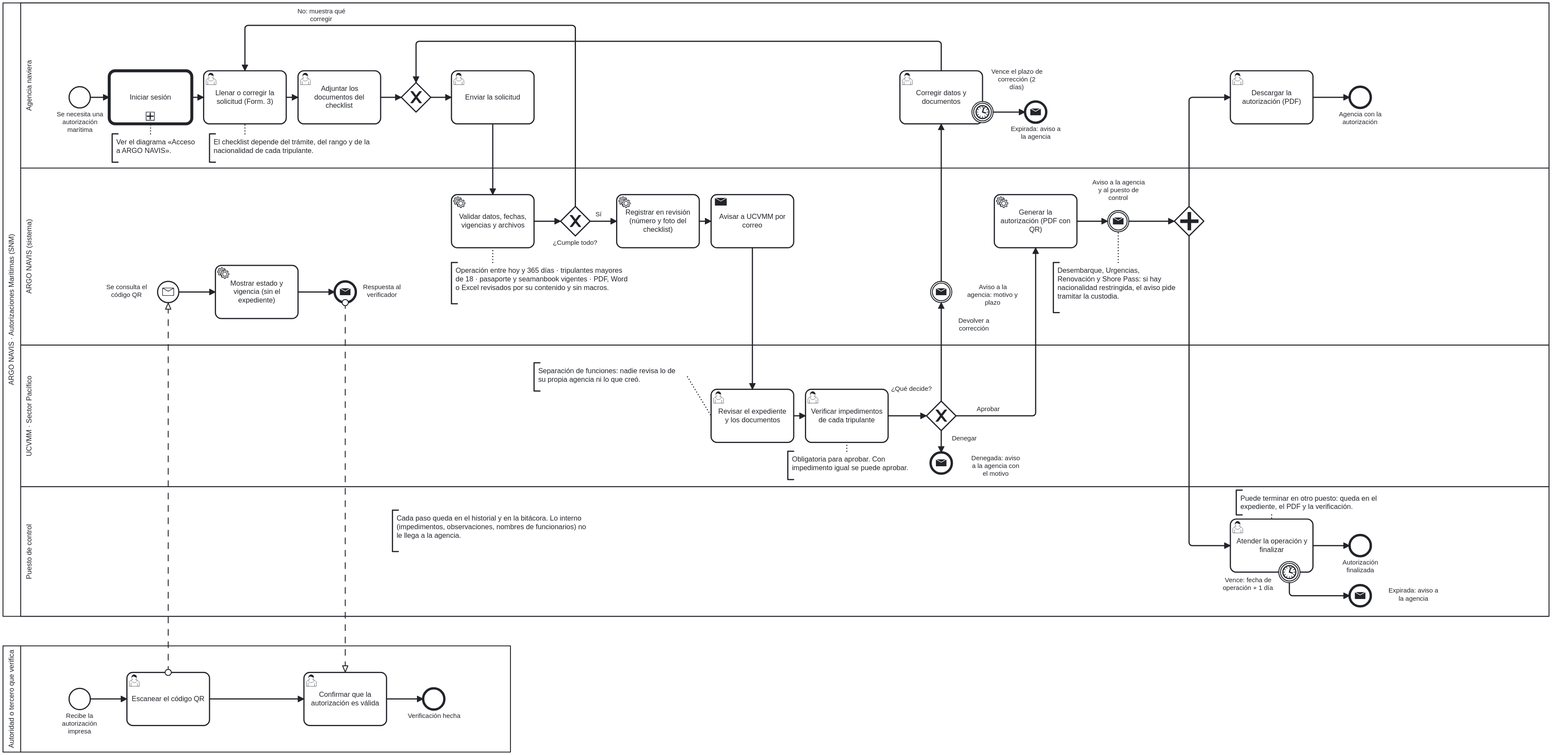
Before: docs/bpmn/01-autorizacion-maritima.svg, a diagram exported from BPMN (rxppxc/ArgoNavis). Its source is kept beside it as docs/bpmn/01-autorizacion-maritima.bpmn. Ids are renumbered.
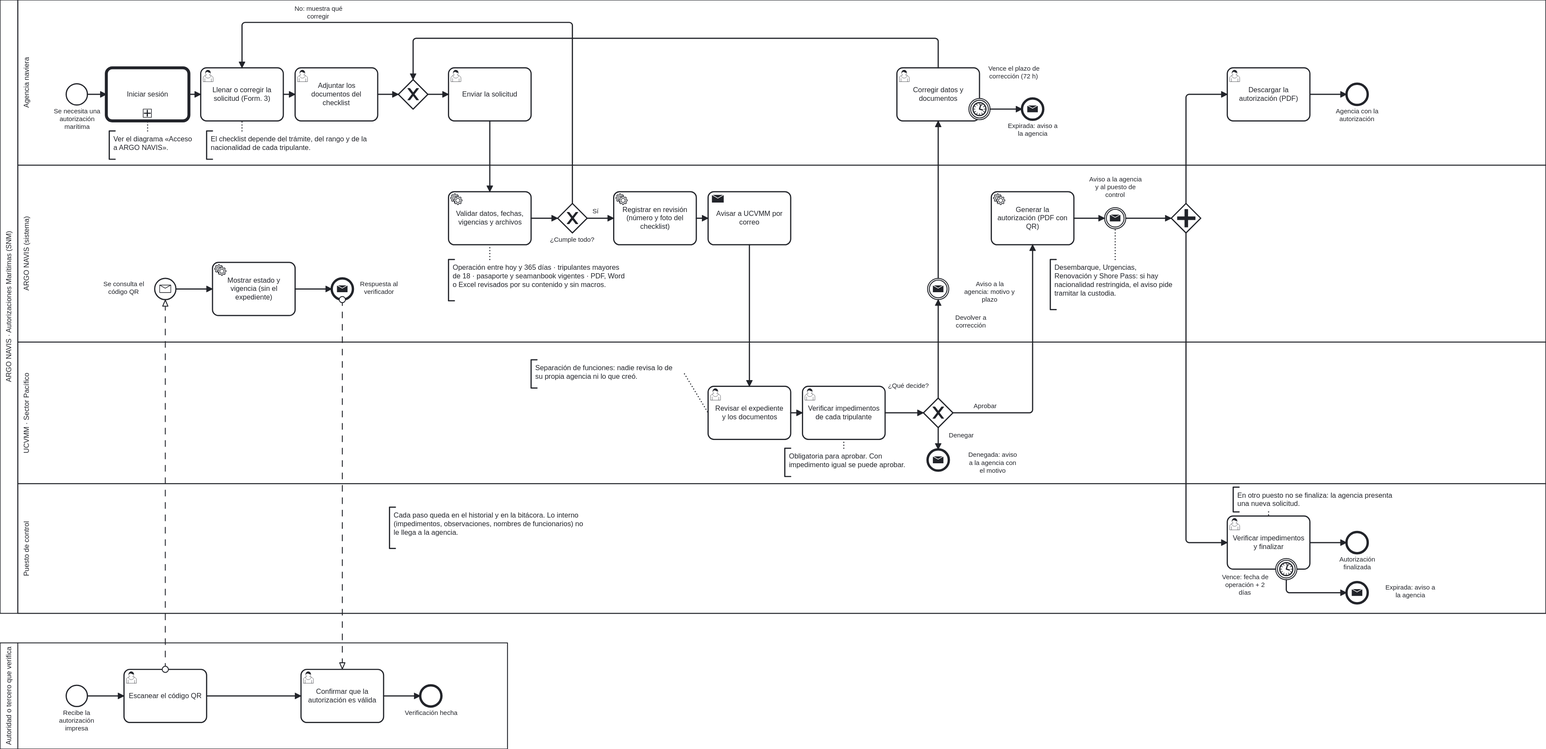
Later version of the same file.

What changed in the source:
```diff
@@ -117,7 +117,7 @@
       <bpmn:incoming>Flujo_AvisoDevolucion_Corregir</bpmn:incoming>
       <bpmn:outgoing>Flujo_Corregir_UnirEnvio</bpmn:outgoing>
     </bpmn:userTask>
-    <bpmn:boundaryEvent id="VencePlazoCorreccion" name="Vence el plazo de corrección (2 días)" attachedToRef="Corregir" cancelActivity="true">
+    <bpmn:boundaryEvent id="VencePlazoCorreccion" name="Vence el plazo de corrección (72 h)" attachedToRef="Corregir" cancelActivity="true">
       <bpmn:documentation>PLAZO_CORRECCION_DIAS.</bpmn:documentation>
       <bpmn:outgoing>Flujo_VencePlazoCorreccion_ExpiradaSinCorregir</bpmn:outgoing>
       <bpmn:timerEventDefinition id="Def_VencePlazoCorreccion"><bpmn:timeDuration xsi:type="bpmn:tFormalExpression">P2D</bpmn:timeDuration></bpmn:timerEventDefinition>
@@ -152,12 +152,12 @@
     <bpmn:endEvent id="AgenciaConAutorizacion" name="Agencia con la autorización">
       <bpmn:incoming>Flujo_Descargar_AgenciaConAutorizacion</bpmn:incoming>
     </bpmn:endEvent>
-    <bpmn:userTask id="Finalizar" name="Atender la operación y finalizar">
-      <bpmn:documentation>Comentario obligatorio y puesto donde terminó la operación (por defecto, el autorizado).</bpmn:documentation>
+    <bpmn:userTask id="Finalizar" name="Verificar impedimentos y finalizar">
+      <bpmn:documentation>Comentario obligatorio; se finaliza en el puesto autorizado.</bpmn:documentation>
       <bpmn:incoming>Flujo_EnParalelo_Finalizar</bpmn:incoming>
       <bpmn:outgoing>Flujo_Finalizar_Finalizada</bpmn:outgoing>
     </bpmn:userTask>
-    <bpmn:boundaryEvent id="VenceFinalizacion" name="Vence: fecha de operación + 1 día" attachedToRef="Finalizar" cancelActivity="true">
+    <bpmn:boundaryEvent id="VenceFinalizacion" name="Vence: fecha de operación + 2 días" attachedToRef="Finalizar" cancelActivity="true">
       <bpmn:documentation>DIAS_GRACIA_FINALIZACION. Lo revisa la tarea de vencimientos cada 15 minutos.</bpmn:documentation>
       <bpmn:outgoing>Flujo_VenceFinalizacion_ExpiradaSinFinalizar</bpmn:outgoing>
       <bpmn:timerEventDefinition id="Def_VenceFinalizacion" />
@@ -222,7 +222,7 @@
     <bpmn:association id="Asoc_Nota_Impedimentos" associationDirection="None" sourceRef="Nota_Impedimentos" targetRef="Impedimentos" />
     <bpmn:textAnnotation id="Nota_Custodia"><bpmn:text>Desembarque, Urgencias, Renovación y Shore Pass: si hay nacionalidad restringida, el aviso pide tramitar la custodia.</bpmn:text></bpmn:textAnnotation>
     <bpmn:association id="Asoc_Nota_Custodia" associationDirection="None" sourceRef="Nota_Custodia" targetRef="AvisoAprobacion" />
-    <bpmn:textAnnotation id="Nota_OtroPuesto"><bpmn:text>Puede terminar en otro puesto: queda en el expediente, el PDF y la verificación.</bpmn:text></bpmn:textAnnotation>
+    <bpmn:textAnnotation id="Nota_OtroPuesto"><bpmn:text>En otro puesto no se finaliza: la agencia presenta una nueva solicitud.</bpmn:text></bpmn:textAnnotation>
     <bpmn:association id="Asoc_Nota_OtroPuesto" associationDirection="None" sourceRef="Nota_OtroPuesto" targetRef="Finalizar" />
     <bpmn:textAnnotation id="Nota_Bitacora"><bpmn:text>Cada paso queda en el historial y en la bitácora. Lo interno (impedimentos, observaciones, nombres de funcionarios) no le llega a la agencia.</bpmn:text></bpmn:textAnnotation>
   </bpmn:process>
```
